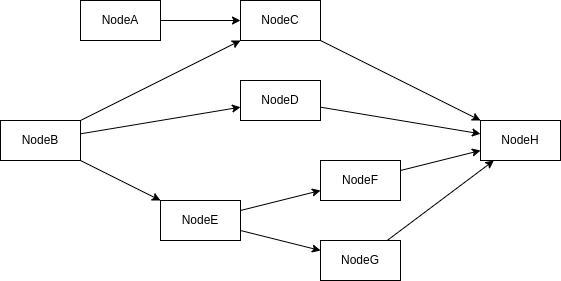
This is docs/images/chain-dag.png from feng1st/coframework, a draw.io export, as it was before one commit. Source tidied: cells renumbered, new cells last; positions are measured from the earlier drawing's top-left corner, leaving out a move shared by most shapes.
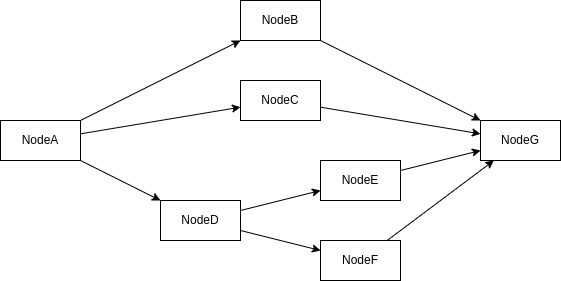
After the change.

Diff of the diagram source:
```diff
@@ -2,33 +2,27 @@
   <root>
     <mxCell id="0" />
     <mxCell id="1" parent="0" />
-    <mxCell id="2" value="NodeA" style="rounded=0;whiteSpace=wrap;html=1;" parent="1" vertex="1">
-      <mxGeometry x="80" width="80" height="40" as="geometry" />
-    </mxCell>
-    <mxCell id="3" value="NodeB" style="rounded=0;whiteSpace=wrap;html=1;" parent="1" vertex="1">
+    <mxCell id="3" value="NodeA" style="rounded=0;whiteSpace=wrap;html=1;" parent="1" vertex="1">
       <mxGeometry y="120" width="80" height="40" as="geometry" />
     </mxCell>
-    <mxCell id="4" value="NodeC" style="rounded=0;whiteSpace=wrap;html=1;" parent="1" vertex="1">
+    <mxCell id="4" value="NodeB" style="rounded=0;whiteSpace=wrap;html=1;" parent="1" vertex="1">
       <mxGeometry x="240" width="80" height="40" as="geometry" />
     </mxCell>
-    <mxCell id="5" value="NodeD" style="rounded=0;whiteSpace=wrap;html=1;" parent="1" vertex="1">
+    <mxCell id="5" value="NodeC" style="rounded=0;whiteSpace=wrap;html=1;" parent="1" vertex="1">
       <mxGeometry x="240" y="80" width="80" height="40" as="geometry" />
     </mxCell>
-    <mxCell id="6" value="NodeE" style="rounded=0;whiteSpace=wrap;html=1;" parent="1" vertex="1">
+    <mxCell id="6" value="NodeD" style="rounded=0;whiteSpace=wrap;html=1;" parent="1" vertex="1">
       <mxGeometry x="160" y="200" width="80" height="40" as="geometry" />
     </mxCell>
-    <mxCell id="7" value="NodeF" style="rounded=0;whiteSpace=wrap;html=1;" parent="1" vertex="1">
+    <mxCell id="7" value="NodeE" style="rounded=0;whiteSpace=wrap;html=1;" parent="1" vertex="1">
       <mxGeometry x="320" y="160" width="80" height="40" as="geometry" />
     </mxCell>
-    <mxCell id="8" value="NodeG" style="rounded=0;whiteSpace=wrap;html=1;" parent="1" vertex="1">
+    <mxCell id="8" value="NodeF" style="rounded=0;whiteSpace=wrap;html=1;" parent="1" vertex="1">
       <mxGeometry x="320" y="240" width="80" height="40" as="geometry" />
     </mxCell>
-    <mxCell id="9" value="NodeH" style="rounded=0;whiteSpace=wrap;html=1;" parent="1" vertex="1">
+    <mxCell id="9" value="NodeG" style="rounded=0;whiteSpace=wrap;html=1;" parent="1" vertex="1">
       <mxGeometry x="480" y="120" width="80" height="40" as="geometry" />
     </mxCell>
-    <mxCell id="10" style="edgeStyle=none;jettySize=auto;html=1;rounded=0;" parent="1" edge="1" source="2" target="4">
-      <mxGeometry relative="1" as="geometry" />
-    </mxCell>
     <mxCell id="11" style="edgeStyle=none;jettySize=auto;html=1;rounded=0;" parent="1" edge="1" source="3" target="4">
       <mxGeometry relative="1" as="geometry" />
     </mxCell>
```
